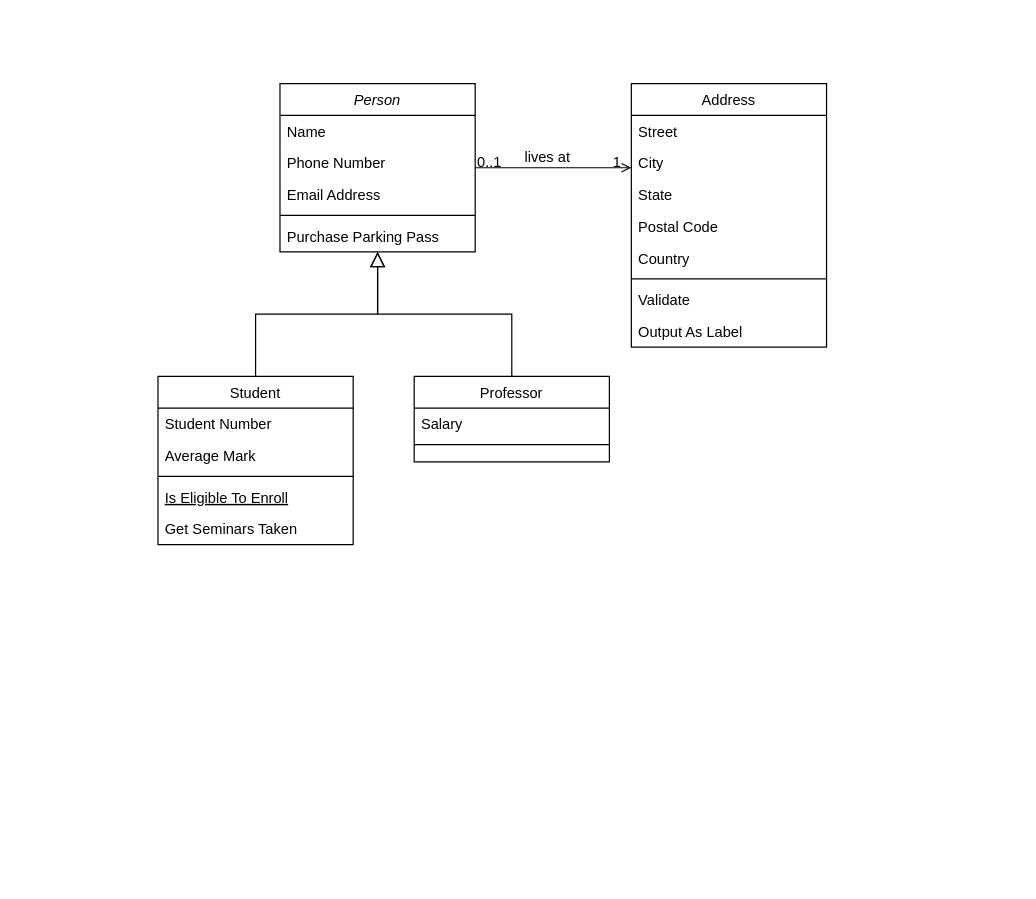
Before: 数据管理与分析子模块类图.drawio in Lxlorange/drawio, a draw.io diagram. Source tidied: cells renumbered, new cells numbered last; positions are measured from the earlier drawing's top-left corner, leaving out a move shared by most shapes. Both pictures are drawn from the tidied source at 122%, with x=0, y=0 at pixel (157, 83).
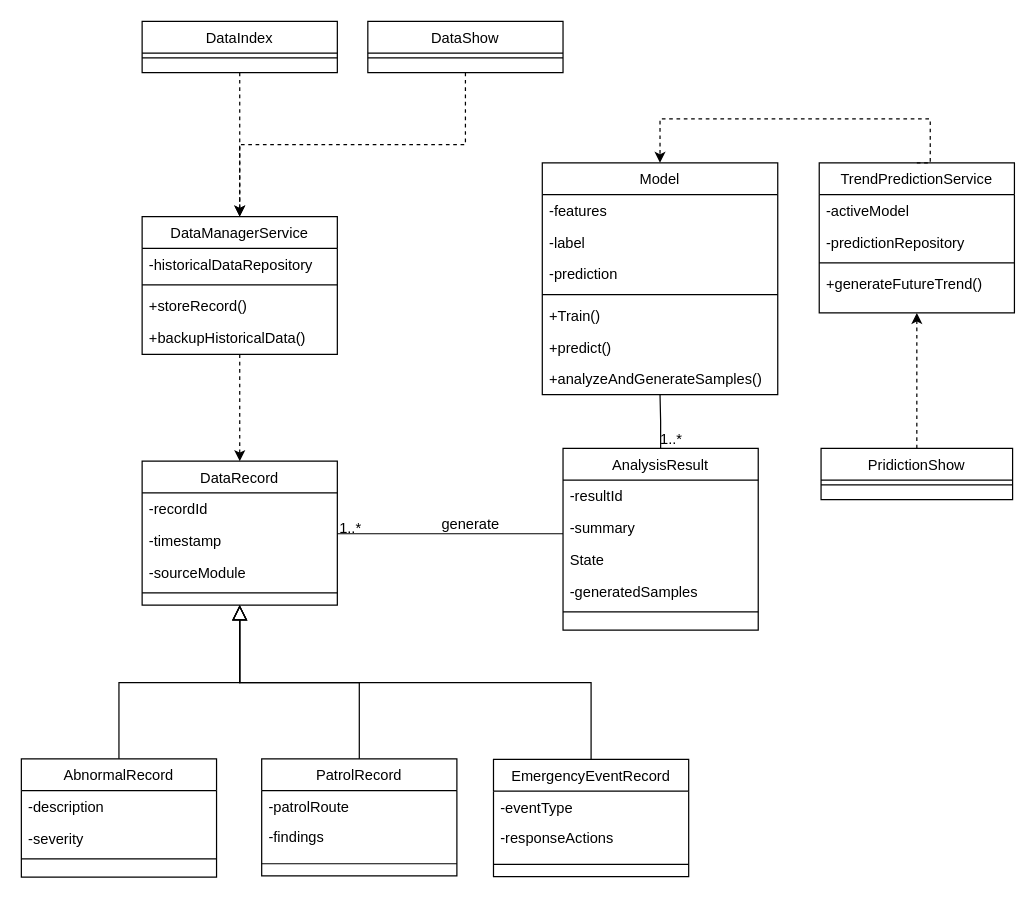
The same page after the edit.

Commit message:
Update 数据管理与分析子模块类图.drawio

What changed in the source:
```diff
@@
-    <mxCell id="2" value="Person" style="swimlane;fontStyle=2;align=center;verticalAlign=top;horizontal=1;startSize=26;rounded=0;shadow=0;strokeWidth=1;" parent="1" vertex="1">
-      <mxGeometry x="100" width="160" height="138" as="geometry" />
+    <mxCell id="2" value="DataRecord" style="swimlane;fontStyle=0;align=center;verticalAlign=top;horizontal=1;startSize=26;rounded=0;shadow=0;strokeWidth=1;" parent="1" vertex="1">
+      <mxGeometry x="-13" y="309.5" width="160" height="118" as="geometry" />
     </mxCell>
-    <mxCell id="3" value="Name" style="text;align=left;verticalAlign=top;spacingLeft=4;spacingRight=4;overflow=hidden;" parent="2" vertex="1">
+    <mxCell id="3" value="-recordId" style="text;align=left;verticalAlign=top;spacingLeft=4;spacingRight=4;overflow=hidden;" parent="2" vertex="1">
       <mxGeometry y="26" width="160" height="26" as="geometry" />
     </mxCell>
-    <mxCell id="4" value="Phone Number" style="text;align=left;verticalAlign=top;spacingLeft=4;spacingRight=4;overflow=hidden;rounded=0;shadow=0;html=0;" parent="2" vertex="1">
+    <mxCell id="4" value="-timestamp" style="text;align=left;verticalAlign=top;spacingLeft=4;spacingRight=4;overflow=hidden;rounded=0;shadow=0;html=0;" parent="2" vertex="1">
       <mxGeometry y="52" width="160" height="26" as="geometry" />
     </mxCell>
-    <mxCell id="5" value="Email Address" style="text;align=left;verticalAlign=top;spacingLeft=4;spacingRight=4;overflow=hidden;rounded=0;shadow=0;html=0;" parent="2" vertex="1">
+    <mxCell id="5" value="-sourceModule" style="text;align=left;verticalAlign=top;spacingLeft=4;spacingRight=4;overflow=hidden;rounded=0;shadow=0;html=0;" parent="2" vertex="1">
       <mxGeometry y="78" width="160" height="26" as="geometry" />
     </mxCell>
@@
-    <mxCell id="7" value="Purchase Parking Pass" style="text;align=left;verticalAlign=top;spacingLeft=4;spacingRight=4;overflow=hidden;" parent="2" vertex="1">
-      <mxGeometry y="112" width="160" height="26" as="geometry" />
-    </mxCell>
-    <mxCell id="8" value="Student" style="swimlane;fontStyle=0;align=center;verticalAlign=top;horizontal=1;startSize=26;rounded=0;shadow=0;strokeWidth=1;" parent="1" vertex="1">
-      <mxGeometry y="240" width="160" height="138" as="geometry" />
+    <mxCell id="8" value="AbnormalRecord" style="swimlane;fontStyle=0;align=center;verticalAlign=top;horizontal=1;startSize=26;rounded=0;shadow=0;strokeWidth=1;" parent="1" vertex="1">
+      <mxGeometry x="-112" y="553.5" width="160" height="97" as="geometry" />
     </mxCell>
-    <mxCell id="9" value="Student Number" style="text;align=left;verticalAlign=top;spacingLeft=4;spacingRight=4;overflow=hidden;" parent="8" vertex="1">
+    <mxCell id="9" value="-description" style="text;align=left;verticalAlign=top;spacingLeft=4;spacingRight=4;overflow=hidden;" parent="8" vertex="1">
       <mxGeometry y="26" width="160" height="26" as="geometry" />
     </mxCell>
-    <mxCell id="10" value="Average Mark" style="text;align=left;verticalAlign=top;spacingLeft=4;spacingRight=4;overflow=hidden;rounded=0;shadow=0;html=0;" parent="8" vertex="1">
+    <mxCell id="10" value="-severity" style="text;align=left;verticalAlign=top;spacingLeft=4;spacingRight=4;overflow=hidden;rounded=0;shadow=0;html=0;" parent="8" vertex="1">
       <mxGeometry y="52" width="160" height="26" as="geometry" />
     </mxCell>
@@
-    <mxCell id="12" value="Is Eligible To Enroll" style="text;align=left;verticalAlign=top;spacingLeft=4;spacingRight=4;overflow=hidden;fontStyle=4;" parent="8" vertex="1">
-      <mxGeometry y="86" width="160" height="26" as="geometry" />
-    </mxCell>
-    <mxCell id="13" value="Get Seminars Taken" style="text;align=left;verticalAlign=top;spacingLeft=4;spacingRight=4;overflow=hidden;" parent="8" vertex="1">
-      <mxGeometry y="112" width="160" height="26" as="geometry" />
-    </mxCell>
@@
-    <mxCell id="15" value="Professor" style="swimlane;fontStyle=0;align=center;verticalAlign=top;horizontal=1;startSize=26;rounded=0;shadow=0;strokeWidth=1;" parent="1" vertex="1">
-      <mxGeometry x="210" y="240" width="160" height="70" as="geometry" />
+    <mxCell id="15" value="PatrolRecord" style="swimlane;fontStyle=0;align=center;verticalAlign=top;horizontal=1;startSize=26;rounded=0;shadow=0;strokeWidth=1;" parent="1" vertex="1">
+      <mxGeometry x="85" y="553.5" width="160" height="96" as="geometry" />
     </mxCell>
-    <mxCell id="16" value="Salary" style="text;align=left;verticalAlign=top;spacingLeft=4;spacingRight=4;overflow=hidden;" parent="15" vertex="1">
-      <mxGeometry y="26" width="160" height="26" as="geometry" />
+    <mxCell id="16" value="-patrolRoute" style="text;align=left;verticalAlign=top;spacingLeft=4;spacingRight=4;overflow=hidden;" parent="15" vertex="1">
+      <mxGeometry y="26" width="160" height="25" as="geometry" />
     </mxCell>
+    <mxCell id="32" value="-findings" style="text;align=left;verticalAlign=top;spacingLeft=4;spacingRight=4;overflow=hidden;" parent="15" vertex="1">
+      <mxGeometry y="51" width="160" height="25" as="geometry" />
+    </mxCell>
     <mxCell id="17" style="line;html=1;strokeWidth=1;align=left;verticalAlign=middle;spacingTop=-1;spacingLeft=3;spacingRight=3;labelPosition=right;" parent="15" vertex="1">
-      <mxGeometry y="52" width="160" height="8" as="geometry" />
+      <mxGeometry y="76" width="160" height="20" as="geometry" />
     </mxCell>
@@
-    <mxCell id="19" value="Address" style="swimlane;fontStyle=0;align=center;verticalAlign=top;horizontal=1;startSize=26;rounded=0;shadow=0;strokeWidth=1;" parent="1" vertex="1">
-      <mxGeometry x="388" width="160" height="216" as="geometry" />
+    <mxCell id="19" value="AnalysisResult" style="swimlane;fontStyle=0;align=center;verticalAlign=top;horizontal=1;startSize=26;rounded=0;shadow=0;strokeWidth=1;" parent="1" vertex="1">
+      <mxGeometry x="332" y="299" width="160" height="149" as="geometry" />
     </mxCell>
-    <mxCell id="20" value="Street" style="text;align=left;verticalAlign=top;spacingLeft=4;spacingRight=4;overflow=hidden;" parent="19" vertex="1">
+    <mxCell id="20" value="-resultId" style="text;align=left;verticalAlign=top;spacingLeft=4;spacingRight=4;overflow=hidden;" parent="19" vertex="1">
       <mxGeometry y="26" width="160" height="26" as="geometry" />
     </mxCell>
-    <mxCell id="21" value="City" style="text;align=left;verticalAlign=top;spacingLeft=4;spacingRight=4;overflow=hidden;rounded=0;shadow=0;html=0;" parent="19" vertex="1">
+    <mxCell id="21" value="-summary" style="text;align=left;verticalAlign=top;spacingLeft=4;spacingRight=4;overflow=hidden;rounded=0;shadow=0;html=0;" parent="19" vertex="1">
       <mxGeometry y="52" width="160" height="26" as="geometry" />
     </mxCell>
@@
-    <mxCell id="23" value="Postal Code" style="text;align=left;verticalAlign=top;spacingLeft=4;spacingRight=4;overflow=hidden;rounded=0;shadow=0;html=0;" parent="19" vertex="1">
+    <mxCell id="23" value="-generatedSamples" style="text;align=left;verticalAlign=top;spacingLeft=4;spacingRight=4;overflow=hidden;rounded=0;shadow=0;html=0;" parent="19" vertex="1">
       <mxGeometry y="104" width="160" height="26" as="geometry" />
     </mxCell>
-    <mxCell id="24" value="Country" style="text;align=left;verticalAlign=top;spacingLeft=4;spacingRight=4;overflow=hidden;rounded=0;shadow=0;html=0;" parent="19" vertex="1">
-      <mxGeometry y="130" width="160" height="26" as="geometry" />
-    </mxCell>
     <mxCell id="25" style="line;html=1;strokeWidth=1;align=left;verticalAlign=middle;spacingTop=-1;spacingLeft=3;spacingRight=3;labelPosition=right;" parent="19" vertex="1">
-      <mxGeometry y="156" width="160" height="8" as="geometry" />
+      <mxGeometry y="130" width="160" height="8" as="geometry" />
     </mxCell>
-    <mxCell id="26" value="Validate" style="text;align=left;verticalAlign=top;spacingLeft=4;spacingRight=4;overflow=hidden;" parent="19" vertex="1">
-      <mxGeometry y="164" width="160" height="26" as="geometry" />
-    </mxCell>
-    <mxCell id="27" value="Output As Label" style="text;align=left;verticalAlign=top;spacingLeft=4;spacingRight=4;overflow=hidden;" parent="19" vertex="1">
-      <mxGeometry y="190" width="160" height="26" as="geometry" />
-    </mxCell>
-    <mxCell id="28" style="endArrow=open;shadow=0;strokeWidth=1;rounded=0;curved=0;endFill=1;edgeStyle=elbowEdgeStyle;elbow=vertical;" parent="1" edge="1" source="2" target="19">
+    <mxCell id="28" style="endArrow=none;shadow=0;strokeWidth=1;rounded=0;curved=0;endFill=1;edgeStyle=elbowEdgeStyle;elbow=vertical;startFill=0;" parent="1" edge="1" source="2" target="19">
       <mxGeometry x="0.5" y="41" relative="1" as="geometry">
         <mxPoint x="-40" y="32" as="offset" />
       </mxGeometry>
     </mxCell>
-    <mxCell id="29" value="0..1" style="align=left;verticalAlign=bottom;labelBackgroundColor=none;fontSize=12;" parent="28" vertex="1">
+    <mxCell id="29" value="1..*" style="align=left;verticalAlign=bottom;labelBackgroundColor=none;fontSize=12;" parent="28" vertex="1">
       <mxGeometry x="-1" relative="1" as="geometry">
         <mxPoint y="4" as="offset" />
       </mxGeometry>
     </mxCell>
-    <mxCell id="30" value="1" style="align=right;verticalAlign=bottom;labelBackgroundColor=none;fontSize=12;" parent="28" vertex="1">
+    <mxCell id="30" style="align=right;verticalAlign=bottom;labelBackgroundColor=none;fontSize=12;" parent="28" vertex="1">
       <mxGeometry x="1" relative="1" as="geometry">
         <mxPoint x="-7" y="4" as="offset" />
       </mxGeometry>
     </mxCell>
-    <mxCell id="31" value="lives at" style="text;html=1;align=center;verticalAlign=middle;labelBackgroundColor=none;rounded=0;shadow=0;strokeWidth=1;fontSize=12;" parent="28" vertex="1">
+    <mxCell id="31" value="generate" style="text;html=1;align=center;verticalAlign=middle;labelBackgroundColor=none;rounded=0;shadow=0;strokeWidth=1;fontSize=12;" parent="28" vertex="1">
       <mxGeometry x="0.5" y="49" relative="1" as="geometry">
-        <mxPoint x="-38" y="40" as="offset" />
+        <mxPoint x="-31" y="41" as="offset" />
       </mxGeometry>
     </mxCell>
+    <mxCell id="33" style="endArrow=block;endSize=10;endFill=0;shadow=0;strokeWidth=1;rounded=0;curved=0;edgeStyle=elbowEdgeStyle;elbow=vertical;exitX=0.5;exitY=0;exitDx=0;exitDy=0;entryX=0.5;entryY=1;entryDx=0;entryDy=0;" parent="1" edge="1" source="52" target="2">
+      <mxGeometry relative="1" as="geometry" />
+    </mxCell>
+    <mxCell id="34" value="Model" style="swimlane;fontStyle=0;align=center;verticalAlign=top;horizontal=1;startSize=26;rounded=0;shadow=0;strokeWidth=1;" parent="1" vertex="1">
+      <mxGeometry x="315" y="65" width="193" height="190" as="geometry" />
+    </mxCell>
+    <mxCell id="35" value="-features" style="text;align=left;verticalAlign=top;spacingLeft=4;spacingRight=4;overflow=hidden;" parent="34" vertex="1">
+      <mxGeometry y="26" width="193" height="26" as="geometry" />
+    </mxCell>
+    <mxCell id="36" value="-label" style="text;align=left;verticalAlign=top;spacingLeft=4;spacingRight=4;overflow=hidden;rounded=0;shadow=0;html=0;" parent="34" vertex="1">
+      <mxGeometry y="52" width="193" height="26" as="geometry" />
+    </mxCell>
+    <mxCell id="37" value="-prediction" style="text;align=left;verticalAlign=top;spacingLeft=4;spacingRight=4;overflow=hidden;rounded=0;shadow=0;html=0;" parent="34" vertex="1">
+      <mxGeometry y="78" width="193" height="26" as="geometry" />
+    </mxCell>
+    <mxCell id="38" style="line;html=1;strokeWidth=1;align=left;verticalAlign=middle;spacingTop=-1;spacingLeft=3;spacingRight=3;labelPosition=right;" parent="34" vertex="1">
+      <mxGeometry y="104" width="193" height="8" as="geometry" />
+    </mxCell>
+    <mxCell id="39" value="+Train()" style="text;align=left;verticalAlign=top;spacingLeft=4;spacingRight=4;overflow=hidden;" parent="34" vertex="1">
+      <mxGeometry y="112" width="193" height="26" as="geometry" />
+    </mxCell>
+    <mxCell id="40" value="+predict()" style="text;align=left;verticalAlign=top;spacingLeft=4;spacingRight=4;overflow=hidden;" parent="34" vertex="1">
+      <mxGeometry y="138" width="193" height="26" as="geometry" />
+    </mxCell>
+    <mxCell id="41" value="+analyzeAndGenerateSamples()" style="text;align=left;verticalAlign=top;spacingLeft=4;spacingRight=4;overflow=hidden;" parent="34" vertex="1">
+      <mxGeometry y="164" width="193" height="26" as="geometry" />
+    </mxCell>
+    <mxCell id="42" value="DataManagerService" style="swimlane;fontStyle=0;align=center;verticalAlign=top;horizontal=1;startSize=26;rounded=0;shadow=0;strokeWidth=1;" parent="1" vertex="1">
+      <mxGeometry x="-13" y="109" width="160" height="113" as="geometry" />
+    </mxCell>
+    <mxCell id="43" value="-historicalDataRepository" style="text;align=left;verticalAlign=top;spacingLeft=4;spacingRight=4;overflow=hidden;rounded=0;shadow=0;html=0;" parent="42" vertex="1">
+      <mxGeometry y="26" width="160" height="26" as="geometry" />
+    </mxCell>
+    <mxCell id="44" style="line;html=1;strokeWidth=1;align=left;verticalAlign=middle;spacingTop=-1;spacingLeft=3;spacingRight=3;labelPosition=right;" parent="42" vertex="1">
+      <mxGeometry y="52" width="160" height="8" as="geometry" />
+    </mxCell>
+    <mxCell id="45" value="+storeRecord()" style="text;align=left;verticalAlign=top;spacingLeft=4;spacingRight=4;overflow=hidden;" parent="42" vertex="1">
+      <mxGeometry y="60" width="160" height="26" as="geometry" />
+    </mxCell>
+    <mxCell id="46" value="+backupHistoricalData()" style="text;align=left;verticalAlign=top;spacingLeft=4;spacingRight=4;overflow=hidden;" parent="42" vertex="1">
+      <mxGeometry y="86" width="160" height="27" as="geometry" />
+    </mxCell>
+    <mxCell id="47" value="TrendPredictionService" style="swimlane;fontStyle=0;align=center;verticalAlign=top;horizontal=1;startSize=26;rounded=0;shadow=0;strokeWidth=1;" parent="1" vertex="1">
+      <mxGeometry x="542" y="65" width="160" height="123" as="geometry" />
+    </mxCell>
+    <mxCell id="48" value="-activeModel" style="text;align=left;verticalAlign=top;spacingLeft=4;spacingRight=4;overflow=hidden;" parent="47" vertex="1">
+      <mxGeometry y="26" width="160" height="26" as="geometry" />
+    </mxCell>
+    <mxCell id="49" value="-predictionRepository" style="text;align=left;verticalAlign=top;spacingLeft=4;spacingRight=4;overflow=hidden;rounded=0;shadow=0;html=0;" parent="47" vertex="1">
+      <mxGeometry y="52" width="160" height="26" as="geometry" />
+    </mxCell>
+    <mxCell id="50" style="line;html=1;strokeWidth=1;align=left;verticalAlign=middle;spacingTop=-1;spacingLeft=3;spacingRight=3;labelPosition=right;" parent="47" vertex="1">
+      <mxGeometry y="78" width="160" height="8" as="geometry" />
+    </mxCell>
+    <mxCell id="51" value="+generateFutureTrend()" style="text;align=left;verticalAlign=top;spacingLeft=4;spacingRight=4;overflow=hidden;" parent="47" vertex="1">
+      <mxGeometry y="86" width="160" height="26" as="geometry" />
+    </mxCell>
+    <mxCell id="52" value="EmergencyEventRecord" style="swimlane;fontStyle=0;align=center;verticalAlign=top;horizontal=1;startSize=26;rounded=0;shadow=0;strokeWidth=1;" parent="1" vertex="1">
+      <mxGeometry x="275" y="554" width="160" height="96" as="geometry" />
+    </mxCell>
+    <mxCell id="53" value="-eventType" style="text;align=left;verticalAlign=top;spacingLeft=4;spacingRight=4;overflow=hidden;" parent="52" vertex="1">
+      <mxGeometry y="26" width="160" height="25" as="geometry" />
+    </mxCell>
+    <mxCell id="54" value="-responseActions" style="text;align=left;verticalAlign=top;spacingLeft=4;spacingRight=4;overflow=hidden;" parent="52" vertex="1">
+      <mxGeometry y="51" width="160" height="25" as="geometry" />
+    </mxCell>
+    <mxCell id="55" style="line;html=1;strokeWidth=1;align=left;verticalAlign=middle;spacingTop=-1;spacingLeft=3;spacingRight=3;labelPosition=right;" parent="52" vertex="1">
+      <mxGeometry y="76" width="160" height="20" as="geometry" />
+    </mxCell>
+    <mxCell id="56" style="endArrow=none;shadow=0;strokeWidth=1;rounded=0;curved=0;endFill=1;edgeStyle=elbowEdgeStyle;elbow=vertical;startFill=0;exitX=0.5;exitY=0;exitDx=0;exitDy=0;entryX=0.5;entryY=1;entryDx=0;entryDy=0;" parent="1" edge="1" source="19" target="34">
+      <mxGeometry x="0.5" y="41" relative="1" as="geometry">
+        <mxPoint x="-40" y="32" as="offset" />
+      </mxGeometry>
+    </mxCell>
+    <mxCell id="57" value="1..*" style="align=left;verticalAlign=bottom;labelBackgroundColor=none;fontSize=12;" parent="56" vertex="1">
+      <mxGeometry x="-1" relative="1" as="geometry">
+        <mxPoint x="-2" y="1" as="offset" />
+      </mxGeometry>
+    </mxCell>
+    <mxCell id="58" style="align=right;verticalAlign=bottom;labelBackgroundColor=none;fontSize=12;" parent="56" vertex="1">
+      <mxGeometry x="1" relative="1" as="geometry">
+        <mxPoint x="-7" y="4" as="offset" />
+      </mxGeometry>
+    </mxCell>
+    <mxCell id="59" style="endArrow=classic;html=1;rounded=0;entryX=0.5;entryY=0;entryDx=0;entryDy=0;exitX=0.5;exitY=1;exitDx=0;exitDy=0;dashed=1;" parent="1" edge="1" source="42" target="2">
+      <mxGeometry relative="1" as="geometry" />
+    </mxCell>
+    <mxCell id="60" value="DataIndex" style="swimlane;fontStyle=0;align=center;verticalAlign=top;horizontal=1;startSize=26;rounded=0;shadow=0;strokeWidth=1;" parent="1" vertex="1">
+      <mxGeometry x="-13" y="-51" width="160" height="42" as="geometry" />
+    </mxCell>
+    <mxCell id="61" style="line;html=1;strokeWidth=1;align=left;verticalAlign=middle;spacingTop=-1;spacingLeft=3;spacingRight=3;labelPosition=right;" parent="60" vertex="1">
+      <mxGeometry y="26" width="160" height="8" as="geometry" />
+    </mxCell>
+    <mxCell id="62" value="DataShow" style="swimlane;fontStyle=0;align=center;verticalAlign=top;horizontal=1;startSize=26;rounded=0;shadow=0;strokeWidth=1;" parent="1" vertex="1">
+      <mxGeometry x="172" y="-51" width="160" height="42" as="geometry" />
+    </mxCell>
+    <mxCell id="63" style="line;html=1;strokeWidth=1;align=left;verticalAlign=middle;spacingTop=-1;spacingLeft=3;spacingRight=3;labelPosition=right;" parent="62" vertex="1">
+      <mxGeometry y="26" width="160" height="8" as="geometry" />
+    </mxCell>
+    <mxCell id="64" style="endArrow=classic;html=1;rounded=0;entryX=0.5;entryY=0;entryDx=0;entryDy=0;exitX=0.5;exitY=1;exitDx=0;exitDy=0;dashed=1;" parent="1" edge="1" source="60" target="42">
+      <mxGeometry relative="1" as="geometry" />
+    </mxCell>
+    <mxCell id="65" style="endArrow=classic;html=1;rounded=0;entryX=0.5;entryY=0;entryDx=0;entryDy=0;exitX=0.5;exitY=1;exitDx=0;exitDy=0;dashed=1;edgeStyle=orthogonalEdgeStyle;" parent="1" edge="1" source="62" target="42">
+      <mxGeometry relative="1" as="geometry" />
+    </mxCell>
+    <mxCell id="66" style="endArrow=classic;html=1;rounded=0;entryX=0.5;entryY=0;entryDx=0;entryDy=0;exitX=0.5;exitY=0;exitDx=0;exitDy=0;dashed=1;edgeStyle=orthogonalEdgeStyle;" parent="1" edge="1" source="47" target="34">
+      <mxGeometry relative="1" as="geometry">
+        <Array as="points">
+          <mxPoint x="633" y="29" />
+          <mxPoint x="412" y="29" />
+        </Array>
+      </mxGeometry>
+    </mxCell>
+    <mxCell id="67" value="PridictionShow" style="swimlane;fontStyle=0;align=center;verticalAlign=top;horizontal=1;startSize=26;rounded=0;shadow=0;strokeWidth=1;" parent="1" vertex="1">
+      <mxGeometry x="543.5" y="299" width="157" height="42" as="geometry" />
+    </mxCell>
+    <mxCell id="68" style="line;html=1;strokeWidth=1;align=left;verticalAlign=middle;spacingTop=-1;spacingLeft=3;spacingRight=3;labelPosition=right;" parent="67" vertex="1">
+      <mxGeometry y="26" width="157" height="8" as="geometry" />
+    </mxCell>
+    <mxCell id="69" style="endArrow=classic;html=1;rounded=0;exitX=0.5;exitY=0;exitDx=0;exitDy=0;dashed=1;entryX=0.5;entryY=1;entryDx=0;entryDy=0;" parent="1" edge="1" source="67" target="47">
+      <mxGeometry relative="1" as="geometry" />
+    </mxCell>
```
